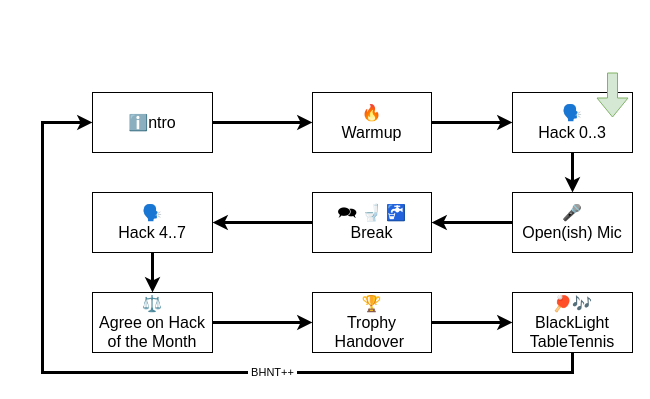
The draw.io diagram assets/bhntflow.drawio in berlin-hack-and-tell/bhnt.c-base.org, before the edit. Source tidied: cells renumbered, new cells numbered last; positions are measured from the earlier drawing's top-left corner, leaving out a move shared by most shapes. Both pictures are drawn from the tidied source at 100%, with x=0, y=0 at pixel (42, 72).
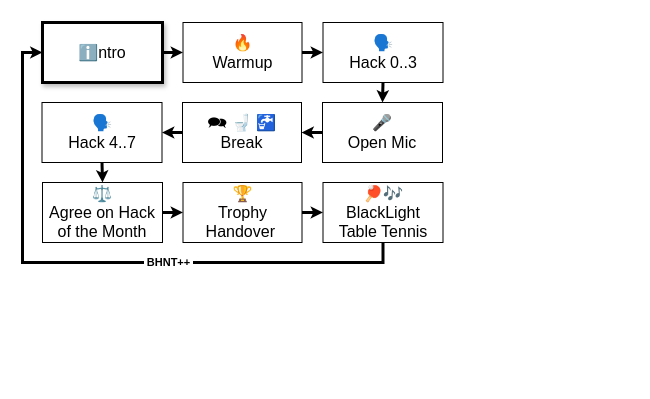
After the change.

Commit message (it also covers changes not shown here):
Improve flowchart (#508)

Diff of the diagram source:
```diff
@@
-    <mxCell id="2" value="ℹ️ntro" style="rounded=0;whiteSpace=wrap;html=1;fontSize=16;labelBackgroundColor=none;" parent="1" vertex="1">
-      <mxGeometry x="50" y="20" width="120" height="60" as="geometry" />
+    <mxCell id="2" value="ℹ️ntro" style="rounded=0;whiteSpace=wrap;html=1;fontSize=16;labelBackgroundColor=none;shadow=1;strokeWidth=3;fillColor=light-dark(#FFFFFF,#00007D);" parent="1" vertex="1">
+      <mxGeometry y="-50" width="120" height="60" as="geometry" />
     </mxCell>
     <mxCell id="3" value="&lt;div&gt;🔥&lt;br&gt;&lt;/div&gt;Warmup" style="rounded=0;whiteSpace=wrap;html=1;fontSize=16;" parent="1" vertex="1">
-      <mxGeometry x="270" y="20" width="119" height="60" as="geometry" />
+      <mxGeometry x="140.5" y="-50" width="119" height="60" as="geometry" />
     </mxCell>
-    <mxCell id="4" style="endArrow=classic;html=1;rounded=0;exitX=1;exitY=0.5;exitDx=0;exitDy=0;entryX=0;entryY=0.5;entryDx=0;entryDy=0;fontSize=16;strokeWidth=3;" parent="1" edge="1" source="2" target="3">
+    <mxCell id="4" style="endArrow=classic;html=1;rounded=0;exitX=1;exitY=0.5;exitDx=0;exitDy=0;entryX=0;entryY=0.5;entryDx=0;entryDy=0;fontSize=16;strokeWidth=3;endSize=3;" parent="1" edge="1" source="2" target="3">
       <mxGeometry relative="1" as="geometry" />
     </mxCell>
     <mxCell id="5" value="&lt;div&gt;🗣️&lt;br&gt;&lt;/div&gt;Hack 0..3" style="rounded=0;whiteSpace=wrap;html=1;fontSize=16;" parent="1" vertex="1">
-      <mxGeometry x="470" y="20" width="120" height="60" as="geometry" />
+      <mxGeometry x="280.5" y="-50" width="120" height="60" as="geometry" />
     </mxCell>
-    <mxCell id="6" style="endArrow=classic;html=1;rounded=0;exitX=1;exitY=0.5;exitDx=0;exitDy=0;fontSize=16;strokeWidth=3;" parent="1" edge="1" source="3">
-      <mxGeometry relative="1" as="geometry">
-        <mxPoint x="470" y="50" as="targetPoint" />
-      </mxGeometry>
-    </mxCell>
-    <mxCell id="7" value="&lt;div&gt;🎤&lt;br&gt;&lt;/div&gt;Open(ish) Mic" style="rounded=0;whiteSpace=wrap;html=1;fontSize=16;" parent="1" vertex="1">
-      <mxGeometry x="470" y="120" width="120" height="60" as="geometry" />
-    </mxCell>
+    <mxCell id="22" style="endArrow=classic;html=1;rounded=0;exitX=1;exitY=0.5;exitDx=0;exitDy=0;fontSize=16;strokeWidth=3;entryX=0;entryY=0.5;entryDx=0;entryDy=0;endSize=3;" parent="1" edge="1" source="3" target="5">
+      <mxGeometry relative="1" as="geometry" />
+    </mxCell>
+    <mxCell id="23" value="&lt;div&gt;🎤&lt;br&gt;&lt;/div&gt;Open Mic" style="rounded=0;whiteSpace=wrap;html=1;fontSize=16;" parent="1" vertex="1">
+      <mxGeometry x="280" y="30" width="120" height="60" as="geometry" />
+    </mxCell>
     <mxCell id="8" value="&lt;div&gt;🗪&amp;nbsp;🚽&amp;nbsp;🚰&lt;br&gt;&lt;/div&gt;Break" style="rounded=0;whiteSpace=wrap;html=1;fontSize=16;" parent="1" vertex="1">
-      <mxGeometry x="270" y="120" width="119" height="60" as="geometry" />
+      <mxGeometry x="140" y="30" width="119" height="60" as="geometry" />
     </mxCell>
-    <mxCell id="9" style="endArrow=classic;html=1;rounded=0;entryX=0.5;entryY=0;entryDx=0;entryDy=0;exitX=0.5;exitY=1;exitDx=0;exitDy=0;fontSize=16;strokeWidth=3;" parent="1" edge="1" source="5" target="7">
-      <mxGeometry relative="1" as="geometry" />
-    </mxCell>
+    <mxCell id="24" style="endArrow=classic;html=1;rounded=0;entryX=0.5;entryY=0;entryDx=0;entryDy=0;exitX=0.5;exitY=1;exitDx=0;exitDy=0;fontSize=16;strokeWidth=3;endSize=3;" parent="1" edge="1" source="5" target="23">
+      <mxGeometry relative="1" as="geometry" />
+    </mxCell>
-    <mxCell id="10" value="&lt;div&gt;🗣️&lt;br&gt;&lt;/div&gt;Hack 4..7" style="rounded=0;whiteSpace=wrap;html=1;fontSize=16;" parent="1" vertex="1">
-      <mxGeometry x="50" y="120" width="120" height="60" as="geometry" />
+    <mxCell id="10" value="&lt;div&gt;🗣️&lt;br&gt;&lt;/div&gt;&lt;div&gt;Hack 4..7&lt;/div&gt;" style="rounded=0;whiteSpace=wrap;html=1;fontSize=16;" parent="1" vertex="1">
+      <mxGeometry x="-0.5" y="30" width="120" height="60" as="geometry" />
     </mxCell>
-    <mxCell id="11" style="endArrow=classic;html=1;rounded=0;exitX=0;exitY=0.5;exitDx=0;exitDy=0;entryX=1;entryY=0.5;entryDx=0;entryDy=0;fontSize=16;strokeWidth=3;" parent="1" edge="1" source="7" target="8">
-      <mxGeometry relative="1" as="geometry" />
-    </mxCell>
+    <mxCell id="25" style="endArrow=classic;html=1;rounded=0;exitX=0;exitY=0.5;exitDx=0;exitDy=0;entryX=1;entryY=0.5;entryDx=0;entryDy=0;fontSize=16;strokeWidth=3;endSize=3;" parent="1" edge="1" source="23" target="8">
+      <mxGeometry relative="1" as="geometry" />
+    </mxCell>
-    <mxCell id="12" style="endArrow=classic;html=1;rounded=0;exitX=0;exitY=0.5;exitDx=0;exitDy=0;entryX=1;entryY=0.5;entryDx=0;entryDy=0;fontSize=16;strokeWidth=3;" parent="1" edge="1" source="8" target="10">
+    <mxCell id="12" style="endArrow=classic;html=1;rounded=0;exitX=0;exitY=0.5;exitDx=0;exitDy=0;entryX=1;entryY=0.5;entryDx=0;entryDy=0;fontSize=16;strokeWidth=3;endSize=3;" parent="1" edge="1" source="8" target="10">
       <mxGeometry relative="1" as="geometry" />
     </mxCell>
-    <mxCell id="13" value="⚖️&lt;br&gt;Agree on&amp;nbsp;&lt;span style=&quot;background-color: transparent; color: light-dark(rgb(0, 0, 0), rgb(255, 255, 255));&quot;&gt;Hack of the Month&lt;/span&gt;" style="rounded=0;whiteSpace=wrap;html=1;fontSize=16;" parent="1" vertex="1">
-      <mxGeometry x="50" y="220" width="120" height="60" as="geometry" />
+    <mxCell id="13" value="&lt;span&gt;⚖️&lt;br&gt;&lt;/span&gt;&lt;div&gt;&lt;span style=&quot;background-color: transparent; color: light-dark(rgb(0, 0, 0), rgb(255, 255, 255));&quot;&gt;Agree on Hack&lt;/span&gt;&lt;/div&gt;&lt;div&gt;&lt;span style=&quot;background-color: transparent; color: light-dark(rgb(0, 0, 0), rgb(255, 255, 255));&quot;&gt;of the Month&lt;/span&gt;&lt;/div&gt;" style="rounded=0;whiteSpace=wrap;html=1;fontSize=16;" parent="1" vertex="1">
+      <mxGeometry y="110" width="120" height="60" as="geometry" />
     </mxCell>
     <mxCell id="14" value="&lt;div&gt;🏆&lt;/div&gt;Trophy Handover&lt;span style=&quot;background-color: transparent; color: light-dark(rgb(0, 0, 0), rgb(255, 255, 255));&quot;&gt;&amp;nbsp;&lt;/span&gt;" style="rounded=0;whiteSpace=wrap;html=1;fontSize=16;" parent="1" vertex="1">
-      <mxGeometry x="270" y="220" width="119" height="60" as="geometry" />
+      <mxGeometry x="140.5" y="110" width="119" height="60" as="geometry" />
     </mxCell>
-    <mxCell id="15" style="endArrow=classic;html=1;rounded=0;entryX=0.5;entryY=0;entryDx=0;entryDy=0;exitX=0.5;exitY=1;exitDx=0;exitDy=0;fontSize=16;strokeWidth=3;" parent="1" edge="1" source="10" target="13">
+    <mxCell id="15" style="endArrow=classic;html=1;rounded=0;entryX=0.5;entryY=0;entryDx=0;entryDy=0;exitX=0.5;exitY=1;exitDx=0;exitDy=0;fontSize=16;strokeWidth=3;endSize=3;" parent="1" edge="1" source="10" target="13">
       <mxGeometry relative="1" as="geometry" />
     </mxCell>
-    <mxCell id="16" style="endArrow=classic;html=1;rounded=0;entryX=0;entryY=0.5;entryDx=0;entryDy=0;exitX=1;exitY=0.5;exitDx=0;exitDy=0;fontSize=16;strokeWidth=3;" parent="1" edge="1" source="13" target="14">
+    <mxCell id="16" style="endArrow=classic;html=1;rounded=0;entryX=0;entryY=0.5;entryDx=0;entryDy=0;exitX=1;exitY=0.5;exitDx=0;exitDy=0;fontSize=16;strokeWidth=3;endSize=3;" parent="1" edge="1" source="13" target="14">
       <mxGeometry relative="1" as="geometry" />
     </mxCell>
-    <mxCell id="17" style="edgeStyle=orthogonalEdgeStyle;rounded=0;orthogonalLoop=1;jettySize=auto;html=1;entryX=0;entryY=0.667;entryDx=0;entryDy=0;entryPerimeter=0;strokeWidth=3;" parent="1" edge="1">
-      <mxGeometry relative="1" as="geometry">
-        <mxPoint x="530" y="270" as="sourcePoint" />
-        <mxPoint x="50" y="50" as="targetPoint" />
-        <Array as="points">
-          <mxPoint x="530" y="300" />
-          <mxPoint y="300" />
-          <mxPoint y="50" />
-        </Array>
-      </mxGeometry>
-    </mxCell>
+    <mxCell id="26" style="edgeStyle=orthogonalEdgeStyle;rounded=0;jettySize=auto;html=1;entryX=0;entryY=0.667;entryDx=0;entryDy=0;entryPerimeter=0;strokeWidth=3;exitX=0.5;exitY=1;exitDx=0;exitDy=0;endSize=3;" parent="1" edge="1" source="27">
+      <mxGeometry relative="1" as="geometry">
+        <mxPoint y="-20" as="targetPoint" />
+        <Array as="points">
+          <mxPoint x="341" y="190" />
+          <mxPoint x="-20" y="190" />
+          <mxPoint x="-20" y="-20" />
+        </Array>
+      </mxGeometry>
+    </mxCell>
-    <mxCell id="18" value="&amp;nbsp;BHNT++&amp;nbsp;" style="edgeLabel;html=1;align=center;verticalAlign=middle;" parent="17" vertex="1">
+    <mxCell id="18" value="&lt;b&gt;&amp;nbsp;BHNT++&amp;nbsp;&lt;/b&gt;" style="edgeLabel;html=1;align=center;verticalAlign=middle;" parent="26" vertex="1">
       <mxGeometry x="-0.23" y="-1" relative="1" as="geometry" />
     </mxCell>
-    <mxCell id="19" value="&lt;div&gt;🏓🎶&lt;br&gt;&lt;/div&gt;BlackLight&lt;br&gt;TableTennis" style="rounded=0;whiteSpace=wrap;html=1;fontSize=16;" parent="1" vertex="1">
-      <mxGeometry x="470" y="220" width="120" height="60" as="geometry" />
-    </mxCell>
-    <mxCell id="20" style="endArrow=classic;html=1;rounded=0;entryX=0;entryY=0.5;entryDx=0;entryDy=0;exitX=1;exitY=0.5;exitDx=0;exitDy=0;fontSize=16;strokeWidth=3;" parent="1" edge="1" source="14" target="19">
-      <mxGeometry relative="1" as="geometry" />
-    </mxCell>
-    <mxCell id="21" style="shape=flexArrow;endArrow=classic;html=1;rounded=0;fillColor=#d5e8d4;strokeColor=#82b366;" parent="1" edge="1">
-      <mxGeometry relative="1" as="geometry">
-        <mxPoint x="570" as="sourcePoint" />
-        <mxPoint x="570" y="45" as="targetPoint" />
-      </mxGeometry>
-    </mxCell>
+    <mxCell id="27" value="&lt;div&gt;🏓🎶&lt;br&gt;&lt;/div&gt;BlackLight&lt;br&gt;Table Tennis" style="rounded=0;whiteSpace=wrap;html=1;fontSize=16;" parent="1" vertex="1">
+      <mxGeometry x="280.5" y="110" width="120" height="60" as="geometry" />
+    </mxCell>
+    <mxCell id="28" style="endArrow=classic;html=1;rounded=0;entryX=0;entryY=0.5;entryDx=0;entryDy=0;exitX=1;exitY=0.5;exitDx=0;exitDy=0;fontSize=16;strokeWidth=3;endSize=3;" parent="1" edge="1" source="14" target="27">
+      <mxGeometry relative="1" as="geometry" />
+    </mxCell>
```
